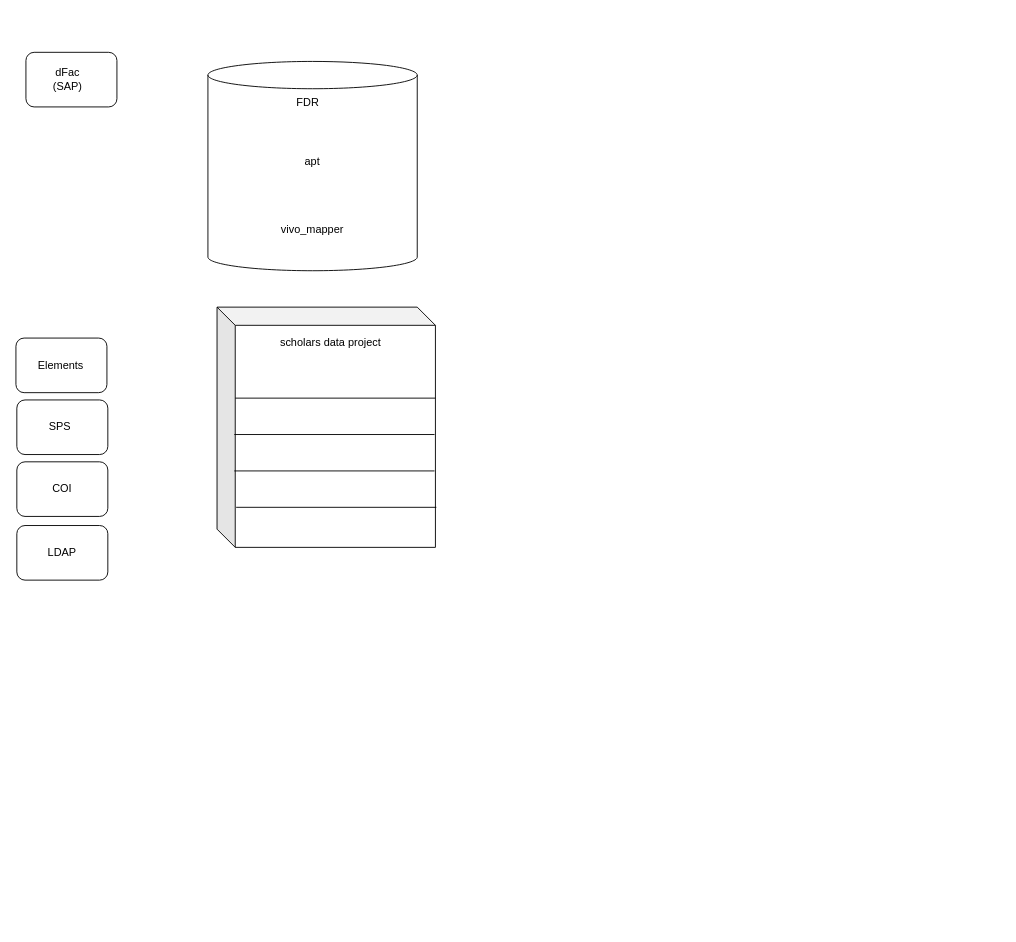
tibbs001/scholars keeps this draw.io diagram as Untitled Diagram.drawio. Above is the earlier version. Source tidied: cells renumbered, new cells numbered last; positions are measured from the earlier drawing's top-left corner, leaving out a move shared by most shapes. Both pictures are drawn from the tidied source at 91%, with x=0, y=0 at pixel (15, 52).
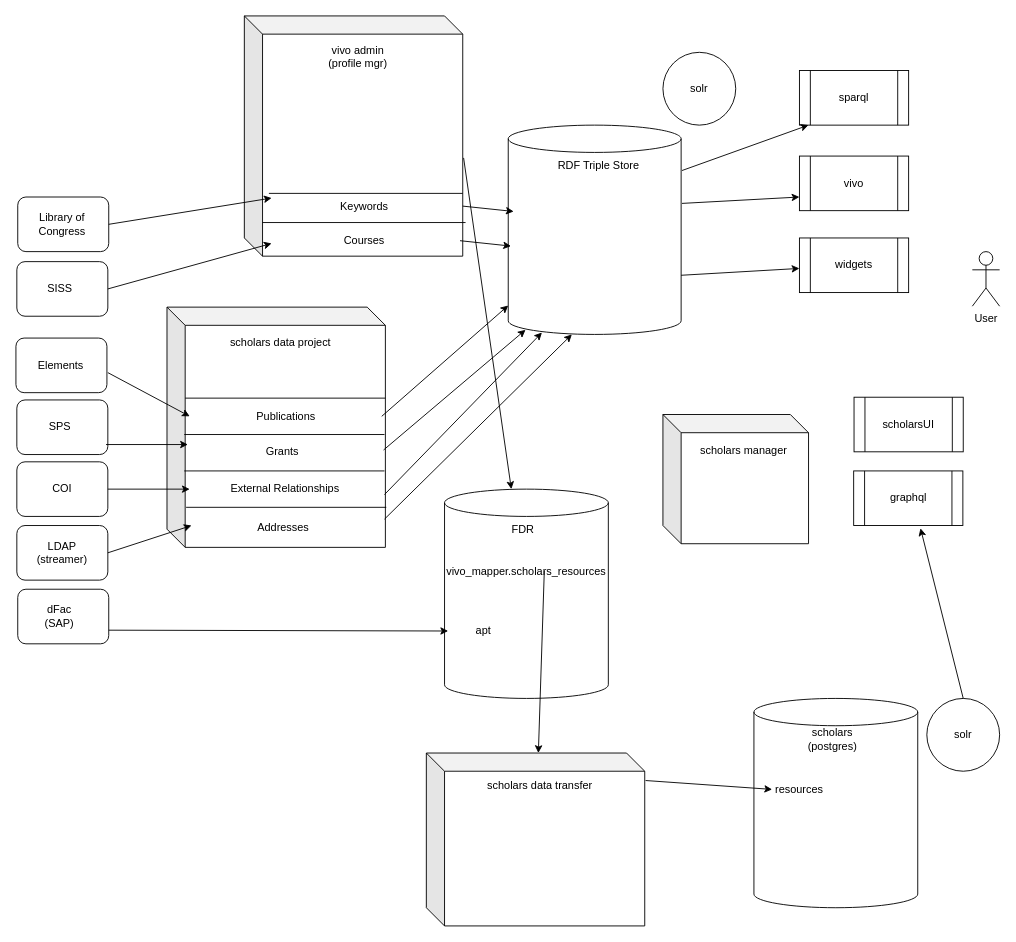
The same page after the edit.

Unchanged cells that the change refers to:
```xml
<mxCell id="4" style="rounded=1;whiteSpace=wrap;html=1;" parent="3" vertex="1">
  <mxGeometry width="100" height="60" as="geometry" />
</mxCell>
<mxCell id="10" style="rounded=1;whiteSpace=wrap;html=1;" parent="9" vertex="1">
  <mxGeometry x="-21" y="210" width="100" height="60" as="geometry" />
</mxCell>
<mxCell id="12" value="COI" style="rounded=1;whiteSpace=wrap;html=1;" parent="1" vertex="1">
  <mxGeometry x="1" y="450" width="100" height="60" as="geometry" />
</mxCell>
```

The edit, as a diff of the source:
```diff
@@
+    <mxCell id="23" style="shape=cube;whiteSpace=wrap;html=1;boundedLbl=1;backgroundOutline=1;darkOpacity=0.05;darkOpacity2=0.1;" parent="1" vertex="1">
+      <mxGeometry x="451" y="770" width="240" height="190" as="geometry" />
+    </mxCell>
     <mxCell id="2" style="shape=cube;whiteSpace=wrap;html=1;boundedLbl=1;backgroundOutline=1;darkOpacity=0.05;darkOpacity2=0.1;" parent="1" vertex="1">
-      <mxGeometry x="221" y="280" width="240" height="264" as="geometry" />
+      <mxGeometry x="166" y="280" width="240" height="264" as="geometry" />
     </mxCell>
     <mxCell id="3" style="group;" parent="1" vertex="1">
-      <mxGeometry x="11" width="100" height="60" as="geometry" />
+      <mxGeometry x="2" y="590" width="100" height="60" as="geometry" />
     </mxCell>
@@
-    <mxCell id="13" value="LDAP" style="rounded=1;whiteSpace=wrap;html=1;" parent="1" vertex="1">
+    <mxCell id="13" value="&lt;div&gt;LDAP &lt;br&gt;&lt;/div&gt;&lt;div&gt;(streamer)&lt;/div&gt;" style="rounded=1;whiteSpace=wrap;html=1;" parent="1" vertex="1">
       <mxGeometry x="1" y="520" width="100" height="60" as="geometry" />
     </mxCell>
-    <mxCell id="14" value="scholars data project" style="text;html=1;strokeColor=none;fillColor=none;align=center;verticalAlign=middle;whiteSpace=wrap;rounded=0;" parent="1" vertex="1">
-      <mxGeometry x="261" y="304" width="170" height="30" as="geometry" />
-    </mxCell>
+    <mxCell id="24" style="group;" parent="1" vertex="1">
+      <mxGeometry x="471" y="480" width="180" height="230" as="geometry" />
+    </mxCell>
-    <mxCell id="15" style="shape=cylinder3;whiteSpace=wrap;html=1;boundedLbl=1;backgroundOutline=1;size=15;" parent="1" vertex="1">
-      <mxGeometry x="211" y="10" width="230" height="230" as="geometry" />
+    <mxCell id="15" style="shape=cylinder3;whiteSpace=wrap;html=1;boundedLbl=1;backgroundOutline=1;size=15;" parent="24" vertex="1">
+      <mxGeometry width="180" height="230" as="geometry" />
     </mxCell>
-    <mxCell id="16" value="&lt;div&gt;FDR&lt;/div&gt;" style="text;html=1;strokeColor=none;fillColor=none;align=center;verticalAlign=middle;whiteSpace=wrap;rounded=0;" parent="1" vertex="1">
-      <mxGeometry x="291" y="40" width="60" height="30" as="geometry" />
+    <mxCell id="16" value="&lt;div&gt;FDR&lt;/div&gt;" style="text;html=1;strokeColor=none;fillColor=none;align=center;verticalAlign=middle;whiteSpace=wrap;rounded=0;" parent="24" vertex="1">
+      <mxGeometry x="62.6" y="30" width="47" height="30" as="geometry" />
     </mxCell>
-    <mxCell id="17" value="&lt;div&gt;vivo_mapper&lt;/div&gt;&lt;div&gt;&lt;br&gt;&lt;/div&gt;" style="text;html=1;strokeColor=none;fillColor=none;align=center;verticalAlign=middle;whiteSpace=wrap;rounded=0;" parent="1" vertex="1">
-      <mxGeometry x="276" y="187" width="100" height="30" as="geometry" />
+    <mxCell id="17" value="&lt;div&gt;vivo_mapper.scholars_resources&lt;/div&gt;&lt;div&gt;&lt;br&gt;&lt;/div&gt;&lt;div&gt;&lt;br&gt;&lt;/div&gt;" style="text;html=1;strokeColor=none;fillColor=none;align=center;verticalAlign=middle;whiteSpace=wrap;rounded=0;" parent="24" vertex="1">
+      <mxGeometry x="50.9" y="90" width="78.3" height="30" as="geometry" />
     </mxCell>
-    <mxCell id="18" value="apt" style="text;html=1;strokeColor=none;fillColor=none;align=center;verticalAlign=middle;whiteSpace=wrap;rounded=0;" parent="1" vertex="1">
-      <mxGeometry x="276" y="105" width="100" height="30" as="geometry" />
+    <mxCell id="18" value="apt" style="text;html=1;strokeColor=none;fillColor=none;align=center;verticalAlign=middle;whiteSpace=wrap;rounded=0;" parent="24" vertex="1">
+      <mxGeometry x="4" y="141" width="78.3" height="30" as="geometry" />
     </mxCell>
+    <mxCell id="25" style="group;" parent="1" vertex="1">
+      <mxGeometry x="541" y="80" width="190" height="230" as="geometry" />
+    </mxCell>
+    <mxCell id="26" style="shape=cylinder3;whiteSpace=wrap;html=1;boundedLbl=1;backgroundOutline=1;size=15;" parent="25" vertex="1">
+      <mxGeometry width="190" height="230" as="geometry" />
+    </mxCell>
+    <mxCell id="27" value="RDF Triple Store" style="text;html=1;strokeColor=none;fillColor=none;align=center;verticalAlign=middle;whiteSpace=wrap;rounded=0;" parent="25" vertex="1">
+      <mxGeometry x="24.8" y="30" width="148.7" height="30" as="geometry" />
+    </mxCell>
+    <mxCell id="28" style="group;" parent="1" vertex="1">
+      <mxGeometry x="185" y="304" width="222" height="196" as="geometry" />
+    </mxCell>
+    <mxCell id="14" value="scholars data project" style="text;html=1;strokeColor=none;fillColor=none;align=center;verticalAlign=middle;whiteSpace=wrap;rounded=0;" parent="28" vertex="1">
+      <mxGeometry x="21" width="170" height="30" as="geometry" />
+    </mxCell>
-    <mxCell id="19" style="endArrow=none;html=1;rounded=0;" parent="1" edge="1">
+    <mxCell id="19" style="endArrow=none;html=1;rounded=0;" parent="28" edge="1">
       <mxGeometry relative="1" as="geometry">
-        <mxPoint x="241" y="380" as="sourcePoint" />
-        <mxPoint x="461" y="380" as="targetPoint" />
+        <mxPoint x="1" y="76" as="sourcePoint" />
+        <mxPoint x="221" y="76" as="targetPoint" />
       </mxGeometry>
     </mxCell>
-    <mxCell id="20" style="endArrow=none;html=1;rounded=0;" parent="1" edge="1">
+    <mxCell id="20" style="endArrow=none;html=1;rounded=0;" parent="28" edge="1">
       <mxGeometry relative="1" as="geometry">
-        <mxPoint x="240" y="420" as="sourcePoint" />
-        <mxPoint x="460" y="420" as="targetPoint" />
+        <mxPoint y="116" as="sourcePoint" />
+        <mxPoint x="220" y="116" as="targetPoint" />
       </mxGeometry>
     </mxCell>
-    <mxCell id="21" style="endArrow=none;html=1;rounded=0;" parent="1" edge="1">
+    <mxCell id="21" style="endArrow=none;html=1;rounded=0;" parent="28" edge="1">
       <mxGeometry relative="1" as="geometry">
-        <mxPoint x="240" y="460" as="sourcePoint" />
-        <mxPoint x="460" y="460" as="targetPoint" />
+        <mxPoint y="156" as="sourcePoint" />
+        <mxPoint x="220" y="156" as="targetPoint" />
       </mxGeometry>
     </mxCell>
-    <mxCell id="22" style="endArrow=none;html=1;rounded=0;" parent="1" edge="1">
+    <mxCell id="22" style="endArrow=none;html=1;rounded=0;" parent="28" edge="1">
       <mxGeometry relative="1" as="geometry">
-        <mxPoint x="242" y="500" as="sourcePoint" />
-        <mxPoint x="462" y="500" as="targetPoint" />
+        <mxPoint x="2" y="196" as="sourcePoint" />
+        <mxPoint x="222" y="196" as="targetPoint" />
       </mxGeometry>
     </mxCell>
+    <mxCell id="29" style="shape=cube;whiteSpace=wrap;html=1;boundedLbl=1;backgroundOutline=1;darkOpacity=0.05;darkOpacity2=0.1;" parent="1" vertex="1">
+      <mxGeometry x="251" y="-40" width="240" height="264" as="geometry" />
+    </mxCell>
+    <mxCell id="30" value="&lt;div&gt;vivo admin &lt;br&gt;&lt;/div&gt;&lt;div&gt;(profile mgr)&lt;br&gt;&lt;/div&gt;" style="text;html=1;strokeColor=none;fillColor=none;align=center;verticalAlign=middle;whiteSpace=wrap;rounded=0;" parent="1" vertex="1">
+      <mxGeometry x="291" y="-10" width="170" height="30" as="geometry" />
+    </mxCell>
+    <mxCell id="31" style="group;" parent="1" vertex="1">
+      <mxGeometry x="1" y="230" width="100" height="60" as="geometry" />
+    </mxCell>
+    <mxCell id="32" style="rounded=1;whiteSpace=wrap;html=1;" parent="31" vertex="1">
+      <mxGeometry width="100" height="60" as="geometry" />
+    </mxCell>
+    <mxCell id="33" value="SISS" style="text;html=1;strokeColor=none;fillColor=none;align=center;verticalAlign=middle;whiteSpace=wrap;rounded=0;" parent="31" vertex="1">
+      <mxGeometry x="25" y="23" width="45" height="13" as="geometry" />
+    </mxCell>
+    <mxCell id="34" style="rounded=1;whiteSpace=wrap;html=1;" parent="1" vertex="1">
+      <mxGeometry x="2" y="159" width="100" height="60" as="geometry" />
+    </mxCell>
+    <mxCell id="35" value="Library of Congress" style="text;html=1;strokeColor=none;fillColor=none;align=center;verticalAlign=middle;whiteSpace=wrap;rounded=0;" parent="1" vertex="1">
+      <mxGeometry x="21" y="174" width="60" height="30" as="geometry" />
+    </mxCell>
+    <mxCell id="36" style="endArrow=classic;html=1;rounded=0;exitX=1;exitY=0.5;exitDx=0;exitDy=0;entryX=0.125;entryY=0.758;entryDx=0;entryDy=0;entryPerimeter=0;" parent="1" edge="1" source="34" target="29">
+      <mxGeometry relative="1" as="geometry" />
+    </mxCell>
+    <mxCell id="37" style="endArrow=classic;html=1;rounded=0;exitX=1;exitY=0.5;exitDx=0;exitDy=0;entryX=0.125;entryY=0.947;entryDx=0;entryDy=0;entryPerimeter=0;" parent="1" edge="1" source="32" target="29">
+      <mxGeometry relative="1" as="geometry" />
+    </mxCell>
+    <mxCell id="38" style="endArrow=classic;html=1;rounded=0;exitX=1;exitY=0.75;exitDx=0;exitDy=0;" parent="1" edge="1" source="4" target="18">
+      <mxGeometry relative="1" as="geometry" />
+    </mxCell>
+    <mxCell id="39" style="endArrow=classic;html=1;rounded=0;exitX=1;exitY=0.5;exitDx=0;exitDy=0;" parent="1" edge="1" source="12">
+      <mxGeometry relative="1" as="geometry">
+        <mxPoint x="191" y="480" as="targetPoint" />
+      </mxGeometry>
+    </mxCell>
+    <mxCell id="40" value="External Relationships" style="text;html=1;strokeColor=none;fillColor=none;align=center;verticalAlign=middle;whiteSpace=wrap;rounded=0;" parent="1" vertex="1">
+      <mxGeometry x="191" y="465" width="210" height="30" as="geometry" />
+    </mxCell>
+    <mxCell id="41" value="Grants" style="text;html=1;strokeColor=none;fillColor=none;align=center;verticalAlign=middle;whiteSpace=wrap;rounded=0;" parent="1" vertex="1">
+      <mxGeometry x="188" y="424" width="210" height="30" as="geometry" />
+    </mxCell>
+    <mxCell id="42" style="endArrow=classic;html=1;rounded=0;exitX=1;exitY=0.5;exitDx=0;exitDy=0;" parent="1" edge="1">
+      <mxGeometry relative="1" as="geometry">
+        <mxPoint x="99" y="431" as="sourcePoint" />
+        <mxPoint x="189" y="431" as="targetPoint" />
+      </mxGeometry>
+    </mxCell>
+    <mxCell id="43" value="&lt;div&gt;Publications&lt;/div&gt;" style="text;html=1;strokeColor=none;fillColor=none;align=center;verticalAlign=middle;whiteSpace=wrap;rounded=0;" parent="1" vertex="1">
+      <mxGeometry x="192" y="385" width="210" height="30" as="geometry" />
+    </mxCell>
+    <mxCell id="44" style="endArrow=classic;html=1;rounded=0;exitX=1.01;exitY=0.633;exitDx=0;exitDy=0;exitPerimeter=0;" parent="1" edge="1" source="10">
+      <mxGeometry relative="1" as="geometry">
+        <mxPoint x="191" y="400" as="targetPoint" />
+      </mxGeometry>
+    </mxCell>
+    <mxCell id="45" value="Addresses" style="text;html=1;strokeColor=none;fillColor=none;align=center;verticalAlign=middle;whiteSpace=wrap;rounded=0;" parent="1" vertex="1">
+      <mxGeometry x="189" y="507" width="210" height="30" as="geometry" />
+    </mxCell>
+    <mxCell id="46" style="endArrow=classic;html=1;rounded=0;exitX=1;exitY=0.5;exitDx=0;exitDy=0;" parent="1" edge="1" source="13">
+      <mxGeometry relative="1" as="geometry">
+        <mxPoint x="193" y="520" as="targetPoint" />
+      </mxGeometry>
+    </mxCell>
+    <mxCell id="47" style="endArrow=none;html=1;rounded=0;entryX=1.013;entryY=0.86;entryDx=0;entryDy=0;entryPerimeter=0;exitX=0.083;exitY=0.86;exitDx=0;exitDy=0;exitPerimeter=0;" parent="1" edge="1" source="29" target="29">
+      <mxGeometry relative="1" as="geometry" />
+    </mxCell>
+    <mxCell id="48" value="&lt;div&gt;Courses&lt;/div&gt;" style="text;html=1;strokeColor=none;fillColor=none;align=center;verticalAlign=middle;whiteSpace=wrap;rounded=0;" parent="1" vertex="1">
+      <mxGeometry x="278" y="192" width="210" height="30" as="geometry" />
+    </mxCell>
+    <mxCell id="49" value="&lt;div&gt;Keywords&lt;/div&gt;" style="text;html=1;strokeColor=none;fillColor=none;align=center;verticalAlign=middle;whiteSpace=wrap;rounded=0;" parent="1" vertex="1">
+      <mxGeometry x="278" y="155" width="210" height="30" as="geometry" />
+    </mxCell>
+    <mxCell id="50" style="endArrow=none;html=1;rounded=0;exitX=0;exitY=0;exitDx=0;exitDy=0;" parent="1" edge="1" source="49">
+      <mxGeometry relative="1" as="geometry">
+        <mxPoint x="491" y="155" as="targetPoint" />
+      </mxGeometry>
+    </mxCell>
+    <mxCell id="51" style="endArrow=classic;html=1;rounded=0;exitX=1;exitY=0.5;exitDx=0;exitDy=0;entryX=0.016;entryY=0.578;entryDx=0;entryDy=0;entryPerimeter=0;" parent="1" edge="1" source="48" target="26">
+      <mxGeometry relative="1" as="geometry" />
+    </mxCell>
+    <mxCell id="52" style="endArrow=classic;html=1;rounded=0;exitX=1;exitY=0.5;exitDx=0;exitDy=0;entryX=0.016;entryY=0.578;entryDx=0;entryDy=0;entryPerimeter=0;" parent="1" edge="1">
+      <mxGeometry relative="1" as="geometry">
+        <mxPoint x="491" y="169" as="sourcePoint" />
+        <mxPoint x="547" y="174.9" as="targetPoint" />
+      </mxGeometry>
+    </mxCell>
+    <mxCell id="53" style="endArrow=classic;html=1;rounded=0;exitX=1;exitY=0.5;exitDx=0;exitDy=0;" parent="1" edge="1" source="43" target="26">
+      <mxGeometry relative="1" as="geometry" />
+    </mxCell>
+    <mxCell id="54" style="endArrow=classic;html=1;rounded=0;exitX=1;exitY=0.5;exitDx=0;exitDy=0;entryX=0.1;entryY=0.978;entryDx=0;entryDy=0;entryPerimeter=0;" parent="1" edge="1" target="26">
+      <mxGeometry relative="1" as="geometry">
+        <mxPoint x="404" y="437" as="sourcePoint" />
+      </mxGeometry>
+    </mxCell>
+    <mxCell id="55" style="endArrow=classic;html=1;rounded=0;exitX=1;exitY=0.5;exitDx=0;exitDy=0;entryX=0.195;entryY=0.991;entryDx=0;entryDy=0;entryPerimeter=0;" parent="1" edge="1" target="26">
+      <mxGeometry relative="1" as="geometry">
+        <mxPoint x="405" y="486" as="sourcePoint" />
+      </mxGeometry>
+    </mxCell>
+    <mxCell id="56" style="endArrow=classic;html=1;rounded=0;exitX=1;exitY=0.5;exitDx=0;exitDy=0;entryX=0.368;entryY=1;entryDx=0;entryDy=0;entryPerimeter=0;" parent="1" edge="1" target="26">
+      <mxGeometry relative="1" as="geometry">
+        <mxPoint x="405" y="513" as="sourcePoint" />
+      </mxGeometry>
+    </mxCell>
+    <mxCell id="57" value="scholars data transfer" style="text;html=1;strokeColor=none;fillColor=none;align=center;verticalAlign=middle;whiteSpace=wrap;rounded=0;" parent="1" vertex="1">
+      <mxGeometry x="496" y="791" width="160" height="30" as="geometry" />
+    </mxCell>
+    <mxCell id="58" style="shape=cylinder3;whiteSpace=wrap;html=1;boundedLbl=1;backgroundOutline=1;size=15;" parent="1" vertex="1">
+      <mxGeometry x="811" y="710" width="180" height="230" as="geometry" />
+    </mxCell>
+    <mxCell id="59" value="scholars (postgres)" style="text;html=1;strokeColor=none;fillColor=none;align=center;verticalAlign=middle;whiteSpace=wrap;rounded=0;" parent="1" vertex="1">
+      <mxGeometry x="873.6" y="740" width="47" height="30" as="geometry" />
+    </mxCell>
+    <mxCell id="60" value="solr" style="ellipse;whiteSpace=wrap;html=1;" parent="1" vertex="1">
+      <mxGeometry x="711" width="80" height="80" as="geometry" />
+    </mxCell>
+    <mxCell id="61" value="solr" style="ellipse;whiteSpace=wrap;html=1;" parent="1" vertex="1">
+      <mxGeometry x="1001" y="710" width="80" height="80" as="geometry" />
+    </mxCell>
+    <mxCell id="62" style="endArrow=classic;html=1;rounded=0;exitX=0.75;exitY=0;exitDx=0;exitDy=0;" parent="1" edge="1" source="17" target="23">
+      <mxGeometry relative="1" as="geometry" />
+    </mxCell>
+    <mxCell id="63" value="resources" style="text;html=1;strokeColor=none;fillColor=none;align=center;verticalAlign=middle;whiteSpace=wrap;rounded=0;" parent="1" vertex="1">
+      <mxGeometry x="831" y="795" width="60" height="30" as="geometry" />
+    </mxCell>
+    <mxCell id="64" style="endArrow=classic;html=1;rounded=0;exitX=1.004;exitY=0.159;exitDx=0;exitDy=0;entryX=0;entryY=0.5;entryDx=0;entryDy=0;exitPerimeter=0;" parent="1" edge="1" source="23" target="63">
+      <mxGeometry relative="1" as="geometry" />
+    </mxCell>
+    <mxCell id="65" value="&lt;div&gt;User&lt;/div&gt;&lt;div&gt;&lt;br&gt;&lt;/div&gt;" style="shape=umlActor;verticalLabelPosition=bottom;verticalAlign=top;html=1;" parent="1" vertex="1">
+      <mxGeometry x="1051" y="219" width="30" height="60" as="geometry" />
+    </mxCell>
+    <mxCell id="66" value="&lt;div&gt;sparql&lt;/div&gt;" style="shape=process;whiteSpace=wrap;html=1;backgroundOutline=1;" parent="1" vertex="1">
+      <mxGeometry x="861" y="20" width="120" height="60" as="geometry" />
+    </mxCell>
+    <mxCell id="67" value="vivo" style="shape=process;whiteSpace=wrap;html=1;backgroundOutline=1;" parent="1" vertex="1">
+      <mxGeometry x="861" y="114" width="120" height="60" as="geometry" />
+    </mxCell>
+    <mxCell id="68" value="&lt;div&gt;widgets&lt;/div&gt;" style="shape=process;whiteSpace=wrap;html=1;backgroundOutline=1;" parent="1" vertex="1">
+      <mxGeometry x="861" y="204" width="120" height="60" as="geometry" />
+    </mxCell>
+    <mxCell id="69" value="graphql" style="shape=process;whiteSpace=wrap;html=1;backgroundOutline=1;" parent="1" vertex="1">
+      <mxGeometry x="920.6" y="460" width="120" height="60" as="geometry" />
+    </mxCell>
+    <mxCell id="70" style="shape=cube;whiteSpace=wrap;html=1;boundedLbl=1;backgroundOutline=1;darkOpacity=0.05;darkOpacity2=0.1;" parent="1" vertex="1">
+      <mxGeometry x="711" y="398" width="160" height="142" as="geometry" />
+    </mxCell>
+    <mxCell id="71" value="scholarsUI" style="shape=process;whiteSpace=wrap;html=1;backgroundOutline=1;" parent="1" vertex="1">
+      <mxGeometry x="921" y="379" width="120" height="60" as="geometry" />
+    </mxCell>
+    <mxCell id="72" value="scholars manager" style="text;html=1;strokeColor=none;fillColor=none;align=center;verticalAlign=middle;whiteSpace=wrap;rounded=0;" parent="1" vertex="1">
+      <mxGeometry x="725" y="423" width="150" height="30" as="geometry" />
+    </mxCell>
+    <mxCell id="73" style="endArrow=classic;html=1;rounded=0;exitX=0.5;exitY=0;exitDx=0;exitDy=0;entryX=0.612;entryY=1.05;entryDx=0;entryDy=0;entryPerimeter=0;" parent="1" edge="1" source="61" target="69">
+      <mxGeometry relative="1" as="geometry" />
+    </mxCell>
+    <mxCell id="74" style="endArrow=classic;html=1;rounded=0;exitX=1;exitY=0;exitDx=0;exitDy=165;exitPerimeter=0;" parent="1" edge="1" source="26" target="68">
+      <mxGeometry relative="1" as="geometry" />
+    </mxCell>
+    <mxCell id="75" style="endArrow=classic;html=1;rounded=0;exitX=1.005;exitY=0.374;exitDx=0;exitDy=0;exitPerimeter=0;entryX=0;entryY=0.75;entryDx=0;entryDy=0;" parent="1" edge="1" source="26" target="67">
+      <mxGeometry relative="1" as="geometry" />
+    </mxCell>
+    <mxCell id="76" style="endArrow=classic;html=1;rounded=0;exitX=1.005;exitY=0.217;exitDx=0;exitDy=0;exitPerimeter=0;entryX=0.083;entryY=1;entryDx=0;entryDy=0;entryPerimeter=0;" parent="1" edge="1" source="26" target="66">
+      <mxGeometry relative="1" as="geometry" />
+    </mxCell>
+    <mxCell id="77" style="endArrow=classic;html=1;rounded=0;exitX=1.004;exitY=0.591;exitDx=0;exitDy=0;exitPerimeter=0;" parent="1" edge="1" source="29" target="15">
+      <mxGeometry relative="1" as="geometry" />
+    </mxCell>
```
